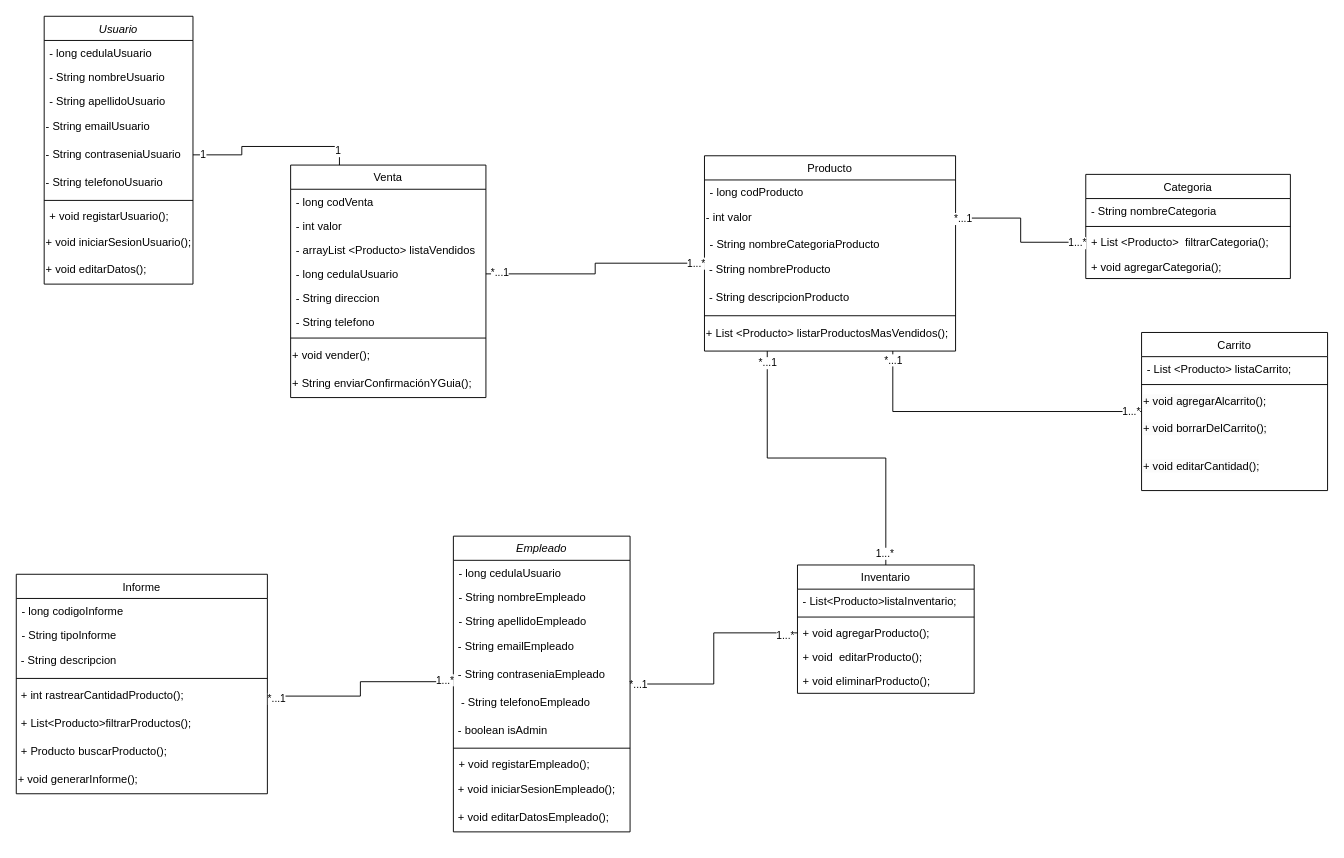
alejo78912/Proyecto-final keeps this draw.io diagram as Diagrama sin título.drawio. Above is the earlier version. Source tidied: cells renumbered, new cells numbered last; positions are measured from the earlier drawing's top-left corner, leaving out a move shared by most shapes. Both pictures are drawn from the tidied source at 93%, with x=0, y=0 at pixel (16, 16).
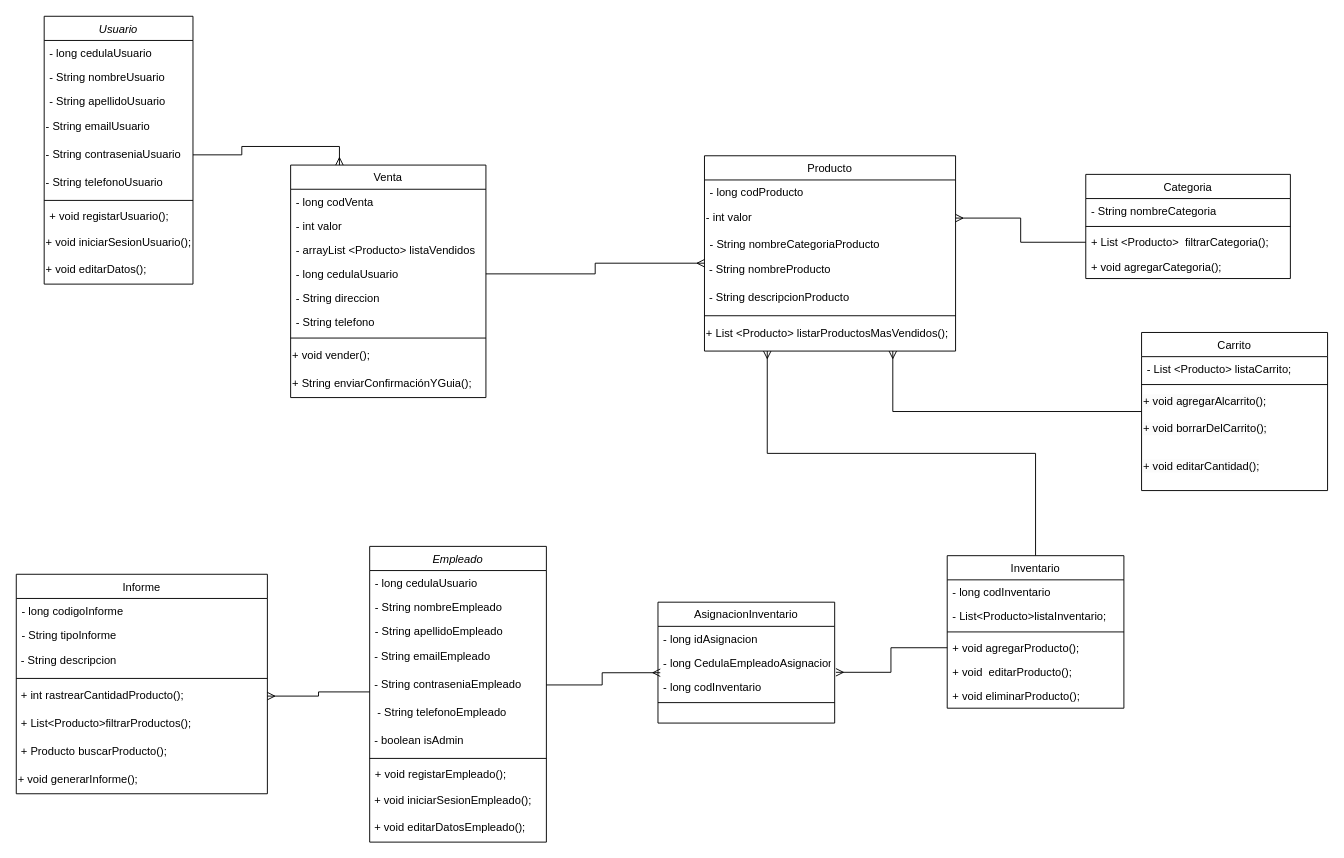
The same page after the edit.

Unchanged cells that the change refers to:
```xml
<mxCell id="7" value="- String contraseniaUsuario" style="text;html=1;strokeColor=none;fillColor=none;align=left;verticalAlign=middle;whiteSpace=wrap;rounded=0;" parent="2" vertex="1">
  <mxGeometry y="134" width="160" height="30" as="geometry" />
</mxCell>
<mxCell id="13" value="Producto" style="swimlane;fontStyle=0;align=center;verticalAlign=top;horizontal=1;startSize=26;rounded=0;shadow=0;strokeWidth=1;" parent="1" vertex="1">
  <mxGeometry x="740" y="150" width="270" height="210" as="geometry" />
</mxCell>
<mxCell id="15" value="- int valor" style="text;html=1;strokeColor=none;fillColor=none;align=left;verticalAlign=middle;whiteSpace=wrap;rounded=0;" parent="13" vertex="1">
  <mxGeometry y="52" width="270" height="30" as="geometry" />
</mxCell>
<mxCell id="17" value="&amp;nbsp;- String nombreProducto" style="text;html=1;strokeColor=none;fillColor=none;align=left;verticalAlign=middle;whiteSpace=wrap;rounded=0;" parent="13" vertex="1">
  <mxGeometry y="108" width="270" height="30" as="geometry" />
</mxCell>
<mxCell id="21" value="Venta" style="swimlane;fontStyle=0;align=center;verticalAlign=top;horizontal=1;startSize=26;rounded=0;shadow=0;strokeWidth=1;" parent="1" vertex="1">
  <mxGeometry x="295" y="160" width="210" height="250" as="geometry" />
</mxCell>
<mxCell id="25" value="- long cedulaUsuario" style="text;align=left;verticalAlign=top;spacingLeft=4;spacingRight=4;overflow=hidden;points=[[0,0.5],[1,0.5]];portConstraint=eastwest;" parent="21" vertex="1">
  <mxGeometry y="104" width="210" height="26" as="geometry" />
</mxCell>
<mxCell id="34" value="+ List &lt;Producto&gt;  filtrarCategoria();" style="text;align=left;verticalAlign=top;spacingLeft=4;spacingRight=4;overflow=hidden;points=[[0,0.5],[1,0.5]];portConstraint=eastwest;" parent="31" vertex="1">
  <mxGeometry y="60" width="220" height="26" as="geometry" />
</mxCell>
<mxCell id="39" value="Carrito" style="swimlane;fontStyle=0;align=center;verticalAlign=top;horizontal=1;startSize=26;rounded=0;shadow=0;strokeWidth=1;" parent="1" vertex="1">
  <mxGeometry x="1210" y="340" width="200" height="170" as="geometry" />
</mxCell>
<mxCell id="62" value="&amp;nbsp;- String contraseniaEmpleado" style="text;html=1;strokeColor=none;fillColor=none;align=left;verticalAlign=middle;whiteSpace=wrap;rounded=0;" parent="57" vertex="1">
  <mxGeometry y="134" width="190" height="30" as="geometry" />
</mxCell>
<mxCell id="74" value="&amp;nbsp;+ int rastrearCantidadProducto();" style="text;html=1;strokeColor=none;fillColor=none;align=left;verticalAlign=middle;whiteSpace=wrap;rounded=0;" parent="69" vertex="1">
  <mxGeometry y="116" width="270" height="30" as="geometry" />
</mxCell>
```

The edit, as a diff of the source:
```diff
@@
-    <mxCell id="36" style="edgeStyle=orthogonalEdgeStyle;rounded=0;jettySize=auto;html=1;entryX=0.75;entryY=1;entryDx=0;entryDy=0;endArrow=none;endFill=0;" parent="1" edge="1" source="39" target="13">
+    <mxCell id="36" style="edgeStyle=orthogonalEdgeStyle;rounded=0;jettySize=auto;html=1;entryX=0.75;entryY=1;entryDx=0;entryDy=0;endArrow=ERmany;endFill=0;startArrow=none;startFill=0;" parent="1" edge="1" source="39" target="13">
       <mxGeometry relative="1" as="geometry" />
     </mxCell>
-    <mxCell id="37" value="1...*" style="edgeLabel;html=1;align=center;verticalAlign=middle;" parent="36" vertex="1">
-      <mxGeometry x="-0.93" y="-1" relative="1" as="geometry" />
-    </mxCell>
-    <mxCell id="38" value="*...1" style="edgeLabel;html=1;align=center;verticalAlign=middle;" parent="36" vertex="1">
-      <mxGeometry x="0.94" relative="1" as="geometry" />
-    </mxCell>
@@
-    <mxCell id="45" style="edgeStyle=orthogonalEdgeStyle;rounded=0;jettySize=auto;html=1;entryX=0.25;entryY=1;entryDx=0;entryDy=0;endArrow=none;endFill=0;" parent="1" edge="1" source="48" target="13">
+    <mxCell id="45" style="edgeStyle=orthogonalEdgeStyle;rounded=0;jettySize=auto;html=1;entryX=0.25;entryY=1;entryDx=0;entryDy=0;endArrow=ERmany;endFill=0;startArrow=none;startFill=0;" parent="1" edge="1" source="48" target="13">
       <mxGeometry relative="1" as="geometry" />
     </mxCell>
-    <mxCell id="46" value="*...1" style="edgeLabel;html=1;align=center;verticalAlign=middle;" parent="45" vertex="1">
-      <mxGeometry x="0.93" relative="1" as="geometry" />
-    </mxCell>
-    <mxCell id="47" value="1...*" style="edgeLabel;html=1;align=center;verticalAlign=middle;" parent="45" vertex="1">
-      <mxGeometry x="-0.93" y="2" relative="1" as="geometry" />
-    </mxCell>
     <mxCell id="48" value="Inventario" style="swimlane;fontStyle=0;align=center;verticalAlign=top;horizontal=1;startSize=26;rounded=0;shadow=0;strokeWidth=1;" parent="1" vertex="1">
-      <mxGeometry x="840" y="590" width="190" height="138" as="geometry" />
+      <mxGeometry x="1001" y="580" width="190" height="164" as="geometry" />
     </mxCell>
+    <mxCell id="90" value="- long codInventario" style="text;align=left;verticalAlign=top;spacingLeft=4;spacingRight=4;overflow=hidden;" parent="48" vertex="1">
+      <mxGeometry y="26" width="190" height="26" as="geometry" />
+    </mxCell>
     <mxCell id="49" value="- List&lt;Producto&gt;listaInventario;" style="text;align=left;verticalAlign=top;spacingLeft=4;spacingRight=4;overflow=hidden;" parent="48" vertex="1">
-      <mxGeometry y="26" width="190" height="26" as="geometry" />
+      <mxGeometry y="52" width="190" height="26" as="geometry" />
     </mxCell>
     <mxCell id="50" style="line;html=1;strokeWidth=1;align=left;verticalAlign=middle;spacingTop=-1;spacingLeft=3;spacingRight=3;labelPosition=right;" parent="48" vertex="1">
-      <mxGeometry y="52" width="190" height="8" as="geometry" />
+      <mxGeometry y="78" width="190" height="8" as="geometry" />
     </mxCell>
     <mxCell id="51" value="+ void agregarProducto();" style="text;align=left;verticalAlign=top;spacingLeft=4;spacingRight=4;overflow=hidden;points=[[0,0.5],[1,0.5]];portConstraint=eastwest;fontStyle=0;" parent="48" vertex="1">
-      <mxGeometry y="60" width="190" height="26" as="geometry" />
+      <mxGeometry y="86" width="190" height="26" as="geometry" />
     </mxCell>
     <mxCell id="52" value="+ void  editarProducto();" style="text;align=left;verticalAlign=top;spacingLeft=4;spacingRight=4;overflow=hidden;" parent="48" vertex="1">
-      <mxGeometry y="86" width="190" height="26" as="geometry" />
+      <mxGeometry y="112" width="190" height="26" as="geometry" />
     </mxCell>
     <mxCell id="53" value="+ void eliminarProducto();" style="text;align=left;verticalAlign=top;spacingLeft=4;spacingRight=4;overflow=hidden;fontStyle=0;" parent="48" vertex="1">
-      <mxGeometry y="112" width="190" height="26" as="geometry" />
+      <mxGeometry y="138" width="190" height="26" as="geometry" />
     </mxCell>
-    <mxCell id="54" style="edgeStyle=orthogonalEdgeStyle;rounded=0;jettySize=auto;html=1;entryX=0;entryY=0.5;entryDx=0;entryDy=0;endArrow=none;endFill=0;" parent="1" edge="1" source="57" target="51">
-      <mxGeometry relative="1" as="geometry" />
-    </mxCell>
-    <mxCell id="55" value="1...*" style="edgeLabel;html=1;align=center;verticalAlign=middle;" parent="54" vertex="1">
-      <mxGeometry x="0.88" y="-2" relative="1" as="geometry" />
-    </mxCell>
-    <mxCell id="56" value="*...1" style="edgeLabel;html=1;align=center;verticalAlign=middle;" parent="54" vertex="1">
-      <mxGeometry x="-0.93" relative="1" as="geometry" />
-    </mxCell>
     <mxCell id="57" value="Empleado" style="swimlane;fontStyle=2;align=center;verticalAlign=top;horizontal=1;startSize=26;rounded=0;shadow=0;strokeWidth=1;" parent="1" vertex="1">
-      <mxGeometry x="470" y="559" width="190" height="318" as="geometry" />
+      <mxGeometry x="380" y="570" width="190" height="318" as="geometry" />
     </mxCell>
@@
-    <mxCell id="78" style="edgeStyle=orthogonalEdgeStyle;rounded=0;jettySize=auto;html=1;entryX=0.25;entryY=0;entryDx=0;entryDy=0;endArrow=none;endFill=0;" parent="1" edge="1" source="7" target="21">
+    <mxCell id="78" style="edgeStyle=orthogonalEdgeStyle;rounded=0;jettySize=auto;html=1;entryX=0.25;entryY=0;entryDx=0;entryDy=0;endArrow=ERmany;endFill=0;" parent="1" edge="1" source="7" target="21">
       <mxGeometry relative="1" as="geometry" />
     </mxCell>
-    <mxCell id="79" value="1" style="edgeLabel;html=1;align=center;verticalAlign=middle;" parent="78" vertex="1">
-      <mxGeometry x="0.83" y="-2" relative="1" as="geometry" />
-    </mxCell>
-    <mxCell id="80" value="1" style="edgeLabel;html=1;align=center;verticalAlign=middle;" parent="78" vertex="1">
-      <mxGeometry x="-0.89" y="1" relative="1" as="geometry" />
-    </mxCell>
-    <mxCell id="81" style="edgeStyle=orthogonalEdgeStyle;rounded=0;jettySize=auto;html=1;entryX=0;entryY=0.25;entryDx=0;entryDy=0;endArrow=none;endFill=0;" parent="1" edge="1" source="25" target="17">
+    <mxCell id="81" style="edgeStyle=orthogonalEdgeStyle;rounded=0;jettySize=auto;html=1;entryX=0;entryY=0.25;entryDx=0;entryDy=0;endArrow=ERmany;endFill=0;" parent="1" edge="1" source="25" target="17">
       <mxGeometry relative="1" as="geometry" />
     </mxCell>
-    <mxCell id="82" value="*...1" style="edgeLabel;html=1;align=center;verticalAlign=middle;" parent="81" vertex="1">
-      <mxGeometry x="-0.89" y="2" relative="1" as="geometry" />
-    </mxCell>
-    <mxCell id="83" value="1...*" style="edgeLabel;html=1;align=center;verticalAlign=middle;" parent="81" vertex="1">
-      <mxGeometry x="0.92" relative="1" as="geometry" />
-    </mxCell>
-    <mxCell id="84" style="edgeStyle=orthogonalEdgeStyle;rounded=0;jettySize=auto;html=1;endArrow=none;endFill=0;" parent="1" edge="1" source="15" target="34">
+    <mxCell id="84" style="edgeStyle=orthogonalEdgeStyle;rounded=0;jettySize=auto;html=1;endArrow=none;endFill=0;startArrow=ERmany;startFill=0;" parent="1" edge="1" source="15" target="34">
       <mxGeometry relative="1" as="geometry" />
     </mxCell>
-    <mxCell id="85" value="1...*" style="edgeLabel;html=1;align=center;verticalAlign=middle;" parent="84" vertex="1">
-      <mxGeometry x="0.88" relative="1" as="geometry" />
-    </mxCell>
-    <mxCell id="86" value="*...1" style="edgeLabel;html=1;align=center;verticalAlign=middle;" parent="84" vertex="1">
-      <mxGeometry x="-0.91" relative="1" as="geometry" />
-    </mxCell>
-    <mxCell id="87" style="edgeStyle=orthogonalEdgeStyle;rounded=0;jettySize=auto;html=1;entryX=0;entryY=0.75;entryDx=0;entryDy=0;endArrow=none;endFill=0;" parent="1" edge="1" source="74" target="62">
+    <mxCell id="87" style="edgeStyle=orthogonalEdgeStyle;rounded=0;jettySize=auto;html=1;entryX=0;entryY=0.75;entryDx=0;entryDy=0;endArrow=none;endFill=0;startArrow=ERmany;startFill=0;" parent="1" edge="1" source="74" target="62">
       <mxGeometry relative="1" as="geometry" />
     </mxCell>
-    <mxCell id="88" value="1...*" style="edgeLabel;html=1;align=center;verticalAlign=middle;" parent="87" vertex="1">
-      <mxGeometry x="0.91" y="2" relative="1" as="geometry" />
-    </mxCell>
-    <mxCell id="89" value="*...1" style="edgeLabel;html=1;align=center;verticalAlign=middle;" parent="87" vertex="1">
-      <mxGeometry x="-0.92" y="-2" relative="1" as="geometry" />
-    </mxCell>
+    <mxCell id="91" value="AsignacionInventario" style="swimlane;fontStyle=0;align=center;verticalAlign=top;horizontal=1;startSize=26;rounded=0;shadow=0;strokeWidth=1;" parent="1" vertex="1">
+      <mxGeometry x="690" y="630" width="190" height="130" as="geometry" />
+    </mxCell>
+    <mxCell id="92" value="- long idAsignacion " style="text;align=left;verticalAlign=top;spacingLeft=4;spacingRight=4;overflow=hidden;" parent="91" vertex="1">
+      <mxGeometry y="26" width="190" height="26" as="geometry" />
+    </mxCell>
+    <mxCell id="93" value="- long CedulaEmpleadoAsignacion" style="text;align=left;verticalAlign=top;spacingLeft=4;spacingRight=4;overflow=hidden;fontStyle=0;" parent="91" vertex="1">
+      <mxGeometry y="52" width="190" height="26" as="geometry" />
+    </mxCell>
+    <mxCell id="94" value="- long codInventario" style="text;align=left;verticalAlign=top;spacingLeft=4;spacingRight=4;overflow=hidden;points=[[0,0.5],[1,0.5]];portConstraint=eastwest;" parent="91" vertex="1">
+      <mxGeometry y="78" width="190" height="26" as="geometry" />
+    </mxCell>
+    <mxCell id="95" style="line;html=1;strokeWidth=1;align=left;verticalAlign=middle;spacingTop=-1;spacingLeft=3;spacingRight=3;labelPosition=right;" parent="91" vertex="1">
+      <mxGeometry y="104" width="190" height="8" as="geometry" />
+    </mxCell>
+    <mxCell id="96" style="edgeStyle=orthogonalEdgeStyle;rounded=0;jettySize=auto;html=1;entryX=0.013;entryY=-0.082;entryDx=0;entryDy=0;entryPerimeter=0;endArrow=ERmany;endFill=0;" parent="1" edge="1" source="62" target="94">
+      <mxGeometry relative="1" as="geometry" />
+    </mxCell>
+    <mxCell id="97" style="edgeStyle=orthogonalEdgeStyle;rounded=0;jettySize=auto;html=1;entryX=1.007;entryY=-0.1;entryDx=0;entryDy=0;entryPerimeter=0;endArrow=ERmany;endFill=0;" parent="1" edge="1" source="51" target="94">
+      <mxGeometry relative="1" as="geometry" />
+    </mxCell>
```
